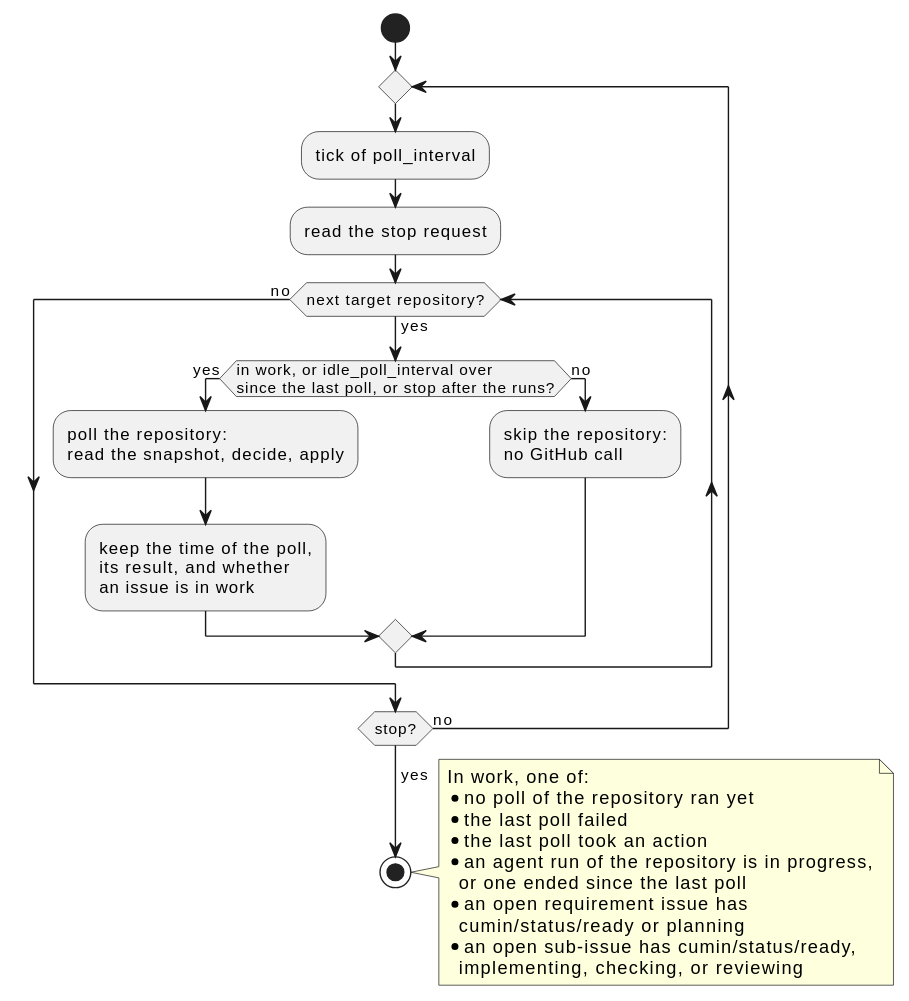
This is docs/ja/designs/poll-interval.svg from cloveclovedev/cumin-works, a PlantUML export, as it was before one commit.
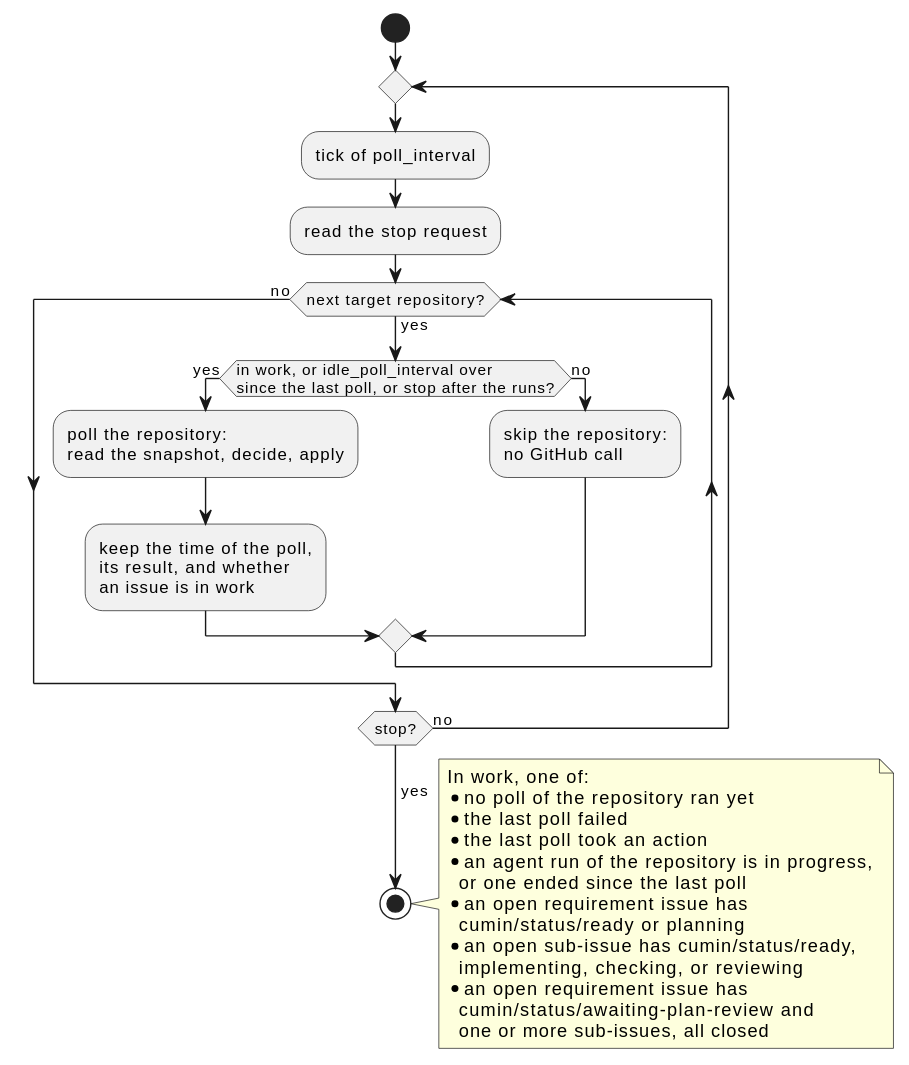
After the commit.

Commit message:
feat(workflow): count a plan review with every sub-issue closed as work that cumin moves on (#733)

What changed in the source:
```diff
@@ -33,5 +33,8 @@
     cumin/status/ready or planning
   * an open sub-issue has cumin/status/ready,
     implementing, checking, or reviewing
+  * an open requirement issue has
+    cumin/status/awaiting-plan-review and
+    one or more sub-issues, all closed
 end note
 @enduml
```
